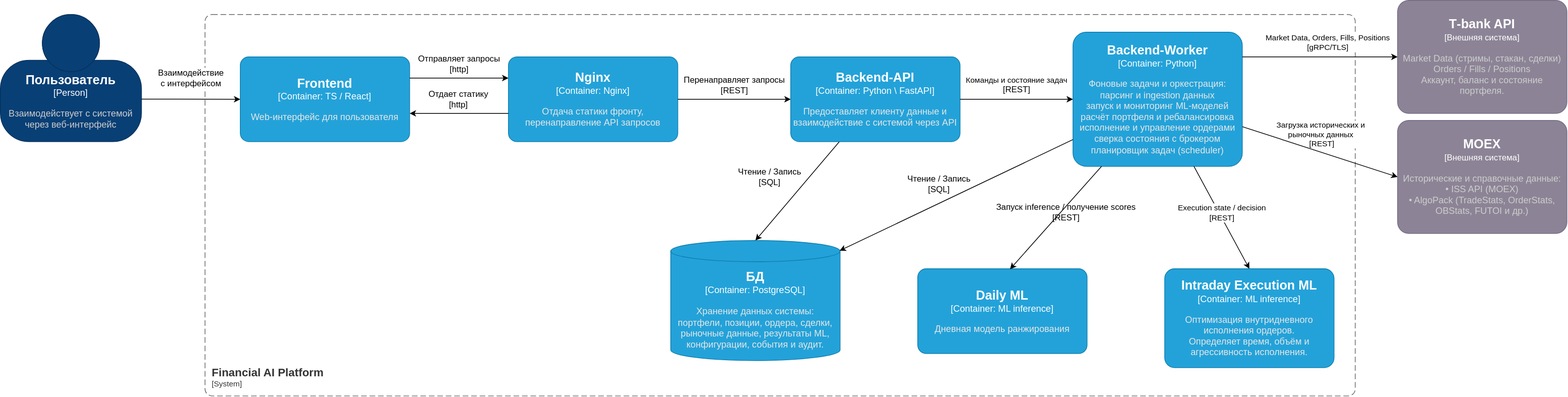
oia2/financial-ai keeps this draw.io diagram as docs/container-diagram.svg. Above is the earlier version. Source tidied: cells renumbered, new cells last; positions are measured from the earlier drawing's top-left corner, leaving out a move shared by most shapes.
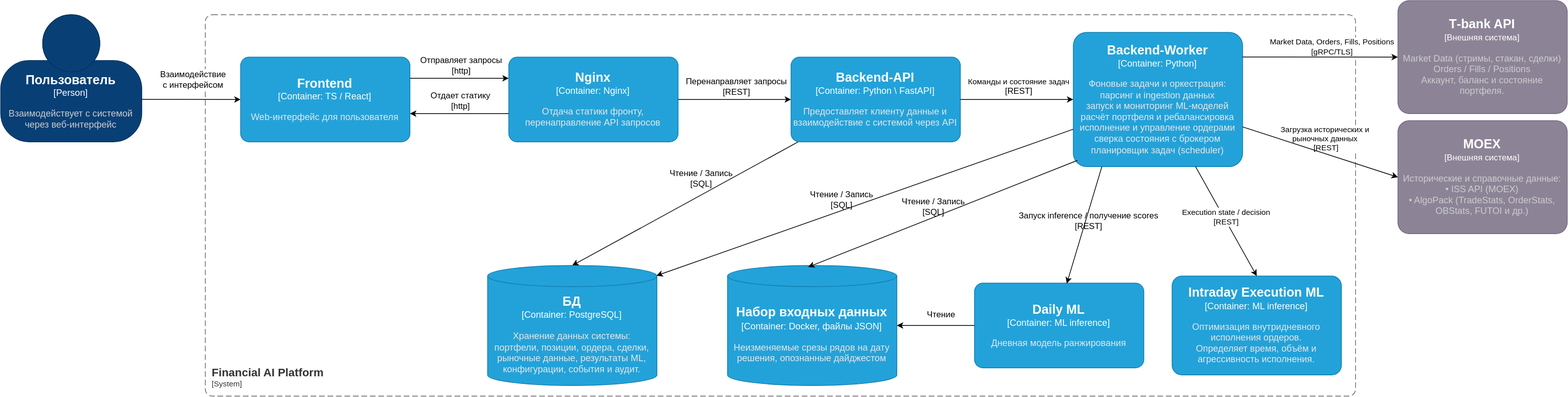
After the commit.

Diff of the diagram source:
```diff
@@ -32,7 +32,7 @@
     </mxCell>
     <mxCell id="7" value="&lt;span style=&quot;font-size: 12px;&quot;&gt;Чтение / Запись&lt;br&gt;[SQL]&lt;/span&gt;" style="edgeLabel;html=1;align=center;verticalAlign=middle;" parent="5" vertex="1">
       <mxGeometry x="-0.11" y="-2" relative="1" as="geometry">
-        <mxPoint x="828" y="108" as="offset" />
+        <mxPoint x="728" y="108" as="offset" />
       </mxGeometry>
     </mxCell>
     <mxCell id="8" value="&lt;span style=&quot;font-size: 12px;&quot;&gt;Отдает статику&lt;br&gt;[http]&lt;/span&gt;" style="edgeLabel;html=1;align=center;verticalAlign=middle;" parent="5" vertex="1">
@@ -52,7 +52,7 @@
     </mxCell>
     <mxCell id="11" value="&lt;span style=&quot;font-size: 12px;&quot;&gt;Чтение / Запись&lt;br&gt;[SQL]&lt;/span&gt;" style="edgeLabel;html=1;align=center;verticalAlign=middle;" parent="5" vertex="1">
       <mxGeometry x="-0.11" y="-2" relative="1" as="geometry">
-        <mxPoint x="1068" y="118" as="offset" />
+        <mxPoint x="927" y="138" as="offset" />
       </mxGeometry>
     </mxCell>
     <mxCell id="12" value="Команды и состояние задач &lt;br&gt;&lt;span style=&quot;font-size: 12px;&quot;&gt;[REST]&lt;/span&gt;" style="edgeLabel;html=1;align=center;verticalAlign=middle;" parent="5" vertex="1">
@@ -62,9 +62,19 @@
     </mxCell>
     <mxCell id="13" value="&lt;font style=&quot;font-size: 12px;&quot;&gt;Запуск inference / получение scores &lt;br&gt;[REST]&lt;/font&gt;" style="edgeLabel;html=1;align=center;verticalAlign=middle;" parent="5" vertex="1">
       <mxGeometry x="-0.11" y="-2" relative="1" as="geometry">
-        <mxPoint x="1248" y="158" as="offset" />
+        <mxPoint x="1277" y="168" as="offset" />
       </mxGeometry>
     </mxCell>
+    <mxCell id="35" value="&lt;span style=&quot;font-size: 12px;&quot;&gt;Чтение&lt;br&gt;&lt;br&gt;&lt;/span&gt;" style="edgeLabel;html=1;align=center;verticalAlign=middle;" parent="5" vertex="1">
+      <mxGeometry x="-0.11" y="-2" relative="1" as="geometry">
+        <mxPoint x="1068" y="308" as="offset" />
+      </mxGeometry>
+    </mxCell>
+    <mxCell id="36" value="&lt;span style=&quot;font-size: 12px;&quot;&gt;Чтение / Запись&lt;br&gt;[SQL]&lt;/span&gt;" style="edgeLabel;html=1;align=center;verticalAlign=middle;" parent="5" vertex="1">
+      <mxGeometry x="-0.11" y="-2" relative="1" as="geometry">
+        <mxPoint x="1057" y="148" as="offset" />
+      </mxGeometry>
+    </mxCell>
     <object id="14" label="&lt;font style=&quot;font-size: 18px&quot;&gt;&lt;b&gt;%c4Name%&lt;/b&gt;&lt;/font&gt;&lt;div style=&quot;font-size: 13px&quot;&gt;[%c4Type%: %c4Technology%]&lt;/div&gt;&lt;br&gt;&lt;div&gt;&lt;font style=&quot;font-size: 13px&quot;&gt;&lt;font color=&quot;#E6E6E6&quot;&gt;%c4Description%&lt;/font&gt;&lt;/div&gt;" c4Description="Отдача статики фронту, перенаправление API запросов" c4Name="Nginx" c4Technology="Nginx" c4Type="Container" placeholders="1">
       <mxCell style="rounded=1;whiteSpace=wrap;html=1;fontSize=11;labelBackgroundColor=none;fillColor=#23A2D9;fontColor=#ffffff;align=center;arcSize=10;strokeColor=#0E7DAD;points=[[0.25,0,0],[0.5,0,0],[0.75,0,0],[1,0.25,0],[1,0.5,0],[1,0.75,0],[0.75,1,0],[0.5,1,0],[0.25,1,0],[0,0.75,0],[0,0.5,0],[0,0.25,0]];" parent="1" vertex="1">
         <mxGeometry x="720" y="80" width="240" height="120" as="geometry" />
@@ -79,10 +89,8 @@
         <mxPoint x="580" y="160" as="targetPoint" />
       </mxGeometry>
     </mxCell>
-    <mxCell id="17" style="rounded=0;jettySize=auto;html=1;" parent="1" edge="1" source="18">
-      <mxGeometry relative="1" as="geometry">
-        <mxPoint x="1070" y="340" as="targetPoint" />
-      </mxGeometry>
+    <mxCell id="17" style="rounded=0;jettySize=auto;html=1;entryX=0.5;entryY=0;entryDx=0;entryDy=0;entryPerimeter=0;" parent="1" edge="1" source="18" target="22">
+      <mxGeometry relative="1" as="geometry" />
     </mxCell>
     <object id="18" label="&lt;font style=&quot;font-size: 18px&quot;&gt;&lt;b&gt;%c4Name%&lt;/b&gt;&lt;/font&gt;&lt;div style=&quot;font-size: 13px&quot;&gt;[%c4Type%: %c4Technology%]&lt;/div&gt;&lt;br&gt;&lt;div&gt;&lt;font style=&quot;font-size: 13px&quot;&gt;&lt;font color=&quot;#E6E6E6&quot;&gt;%c4Description%&lt;/font&gt;&lt;/div&gt;" c4Description="Предоставляет клиенту данные и взаимодействие с системой через API" c4Name="Backend-API" c4Technology="Python \ FastAPI" c4Type="Container" placeholders="1">
       <mxCell style="rounded=1;whiteSpace=wrap;html=1;fontSize=11;labelBackgroundColor=none;fillColor=#23A2D9;fontColor=#ffffff;align=center;arcSize=10;strokeColor=#0E7DAD;points=[[0.25,0,0],[0.5,0,0],[0.75,0,0],[1,0.25,0],[1,0.5,0],[1,0.75,0],[0.75,1,0],[0.5,1,0],[0.25,1,0],[0,0.75,0],[0,0.5,0],[0,0.25,0]];" parent="1" vertex="1">
@@ -102,17 +110,17 @@
     </mxCell>
     <object id="22" label="&lt;font style=&quot;font-size: 18px&quot;&gt;&lt;b&gt;%c4Name%&lt;/b&gt;&lt;/font&gt;&lt;div font style=&quot;font-size: 13px&quot;&gt;[%c4Type%:&amp;nbsp;%c4Technology%]&lt;/div&gt;&lt;br&gt;&lt;div&gt;&lt;font style=&quot;font-size: 13px&quot;&gt;&lt;font color=&quot;#E6E6E6&quot;&gt;%c4Description%&lt;/font&gt;&lt;/div&gt;" c4Description="Хранение данных системы:&#10;портфели, позиции, ордера, сделки,&#10;рыночные данные, результаты ML,&#10;конфигурации, события и аудит." c4Name="БД" c4Technology="PostgreSQL" c4Type="Container" placeholders="1">
       <mxCell style="shape=cylinder3;size=15;whiteSpace=wrap;html=1;boundedLbl=1;rounded=0;labelBackgroundColor=none;fillColor=#23A2D9;fontSize=12;fontColor=#ffffff;align=center;strokeColor=#0E7DAD;points=[[0.5,0,0],[1,0.25,0],[1,0.5,0],[1,0.75,0],[0.5,1,0],[0,0.75,0],[0,0.5,0],[0,0.25,0]];" parent="1" vertex="1">
-        <mxGeometry x="950" y="340" width="240" height="170" as="geometry" />
+        <mxGeometry x="690" y="375" width="240" height="170" as="geometry" />
       </mxCell>
     </object>
     <object id="23" label="&lt;font style=&quot;font-size: 18px&quot;&gt;&lt;b&gt;%c4Name%&lt;/b&gt;&lt;/font&gt;&lt;div style=&quot;font-size: 13px&quot;&gt;[%c4Type%: %c4Technology%]&lt;/div&gt;&lt;br&gt;&lt;div&gt;&lt;font style=&quot;font-size: 13px&quot;&gt;&lt;font color=&quot;#E6E6E6&quot;&gt;%c4Description%&lt;/font&gt;&lt;/div&gt;" c4Description="Дневная модель ранжирования" c4Name="Daily ML" c4Technology="ML inference" c4Type="Container" placeholders="1">
       <mxCell style="rounded=1;whiteSpace=wrap;html=1;fontSize=11;labelBackgroundColor=none;fillColor=#23A2D9;fontColor=#ffffff;align=center;arcSize=10;strokeColor=#0E7DAD;points=[[0.25,0,0],[0.5,0,0],[0.75,0,0],[1,0.25,0],[1,0.5,0],[1,0.75,0],[0.75,1,0],[0.5,1,0],[0.25,1,0],[0,0.75,0],[0,0.5,0],[0,0.25,0]];" parent="1" vertex="1">
-        <mxGeometry x="1300" y="380" width="240" height="120" as="geometry" />
+        <mxGeometry x="1380" y="400" width="240" height="120" as="geometry" />
       </mxCell>
     </object>
     <object id="24" label="&lt;font style=&quot;font-size: 18px&quot;&gt;&lt;b&gt;%c4Name%&lt;/b&gt;&lt;/font&gt;&lt;div style=&quot;font-size: 13px&quot;&gt;[%c4Type%: %c4Technology%]&lt;/div&gt;&lt;br&gt;&lt;div&gt;&lt;font style=&quot;font-size: 13px&quot;&gt;&lt;font color=&quot;#E6E6E6&quot;&gt;%c4Description%&lt;/font&gt;&lt;/div&gt;" c4Description="Оптимизация внутридневного исполнения ордеров.&#10;Определяет время, объём и агрессивность исполнения." c4Name="Intraday Execution ML" c4Technology="ML inference" c4Type="Container" placeholders="1">
       <mxCell style="rounded=1;whiteSpace=wrap;html=1;fontSize=11;labelBackgroundColor=none;fillColor=#23A2D9;fontColor=#ffffff;align=center;arcSize=10;strokeColor=#0E7DAD;points=[[0.25,0,0],[0.5,0,0],[0.75,0,0],[1,0.25,0],[1,0.5,0],[1,0.75,0],[0.75,1,0],[0.5,1,0],[0.25,1,0],[0,0.75,0],[0,0.5,0],[0,0.25,0]];" parent="1" vertex="1">
-        <mxGeometry x="1650" y="380" width="240" height="140" as="geometry" />
+        <mxGeometry x="1660" y="390" width="240" height="140" as="geometry" />
       </mxCell>
     </object>
     <mxCell id="25" style="rounded=0;jettySize=auto;html=1;entryX=0.5;entryY=0;entryDx=0;entryDy=0;entryPerimeter=0;" parent="1" edge="1" source="20" target="24">
@@ -162,5 +170,16 @@
     <mxCell id="34" style="endArrow=classic;html=1;rounded=0;entryX=0.997;entryY=0.085;entryDx=0;entryDy=0;entryPerimeter=0;" parent="1" edge="1" source="20" target="22">
       <mxGeometry relative="1" as="geometry" />
     </mxCell>
+    <object id="37" label="&lt;font style=&quot;font-size: 18px&quot;&gt;&lt;b&gt;%c4Name%&lt;/b&gt;&lt;/font&gt;&lt;div font style=&quot;font-size: 13px&quot;&gt;[%c4Type%:&amp;nbsp;%c4Technology%]&lt;/div&gt;&lt;br&gt;&lt;div&gt;&lt;font style=&quot;font-size: 13px&quot;&gt;&lt;font color=&quot;#E6E6E6&quot;&gt;%c4Description%&lt;/font&gt;&lt;/div&gt;" c4Description="Неизменяемые срезы рядов на дату решения, опознанные дайджестом" c4Name="Набор входных данных" c4Technology="Docker, файлы JSON" c4Type="Container" placeholders="1">
+      <mxCell style="shape=cylinder3;size=15;whiteSpace=wrap;html=1;boundedLbl=1;rounded=0;labelBackgroundColor=none;fillColor=#23A2D9;fontSize=12;fontColor=#ffffff;align=center;strokeColor=#0E7DAD;points=[[0.5,0,0],[1,0.25,0],[1,0.5,0],[1,0.75,0],[0.5,1,0],[0,0.75,0],[0,0.5,0],[0,0.25,0]];" parent="1" vertex="1">
+        <mxGeometry x="1030" y="375" width="240" height="170" as="geometry" />
+      </mxCell>
+    </object>
+    <mxCell id="38" style="endArrow=classic;html=1;rounded=0;entryX=0.476;entryY=0.013;entryDx=0;entryDy=0;entryPerimeter=0;exitX=0.024;exitY=0.954;exitDx=0;exitDy=0;exitPerimeter=0;" parent="1" edge="1" source="20" target="37">
+      <mxGeometry relative="1" as="geometry" />
+    </mxCell>
+    <mxCell id="39" style="edgeStyle=orthogonalEdgeStyle;rounded=0;jettySize=auto;html=1;entryX=1;entryY=0.5;entryDx=0;entryDy=0;entryPerimeter=0;" parent="1" edge="1" source="23" target="37">
+      <mxGeometry relative="1" as="geometry" />
+    </mxCell>
   </root>
 </mxGraphModel>
```
